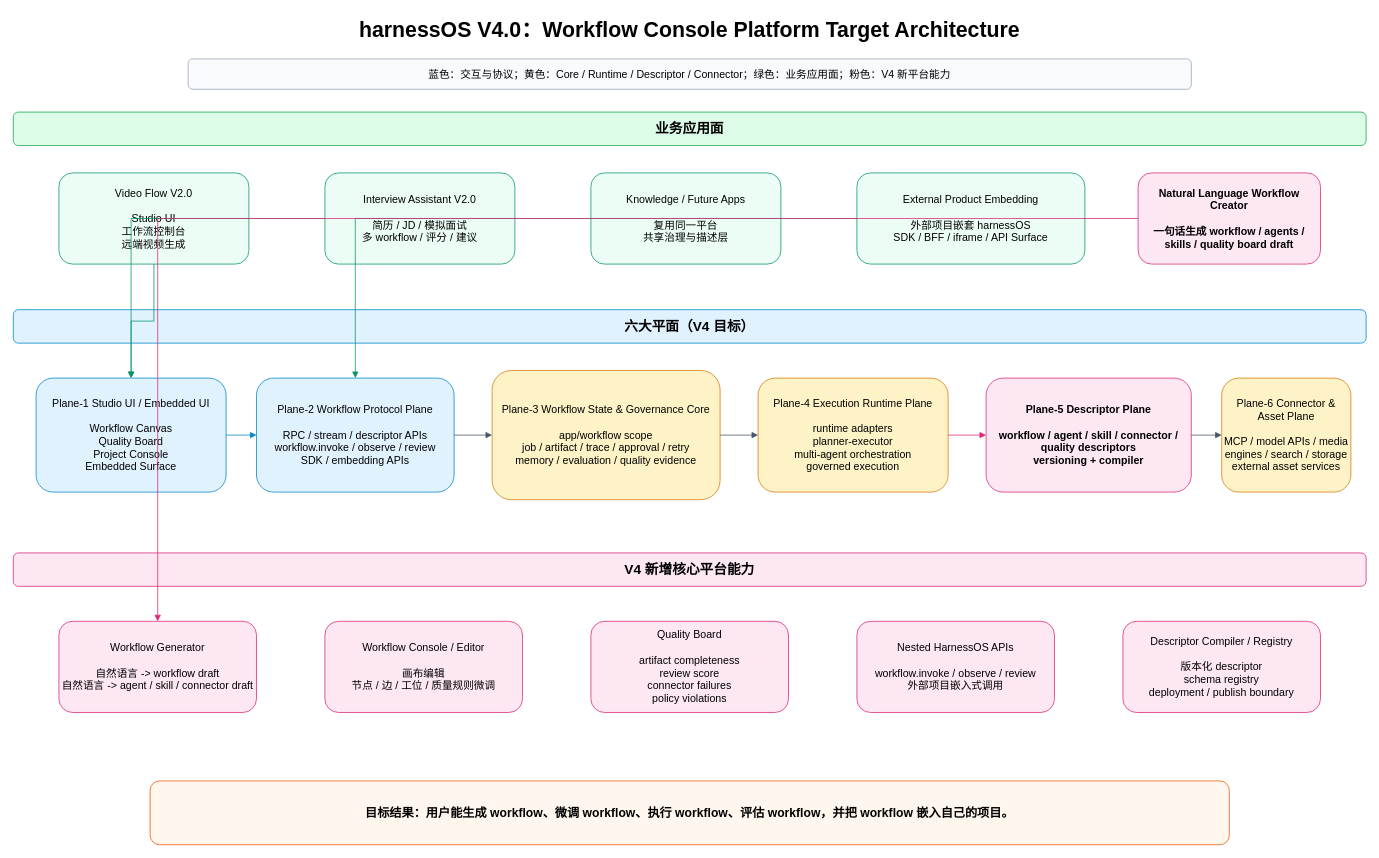
ljx418/meeting-voice-assistant keeps this draw.io diagram as harnessOS/docs/design/V4.0/v4_target_architecture_workflow_console.drawio. Above is the earlier version. Source tidied: cells renumbered, new cells numbered last; positions are measured from the earlier drawing's top-left corner, leaving out a move shared by most shapes. Both pictures are drawn from the tidied source at 76%, with x=0, y=0 at pixel (13, 13).
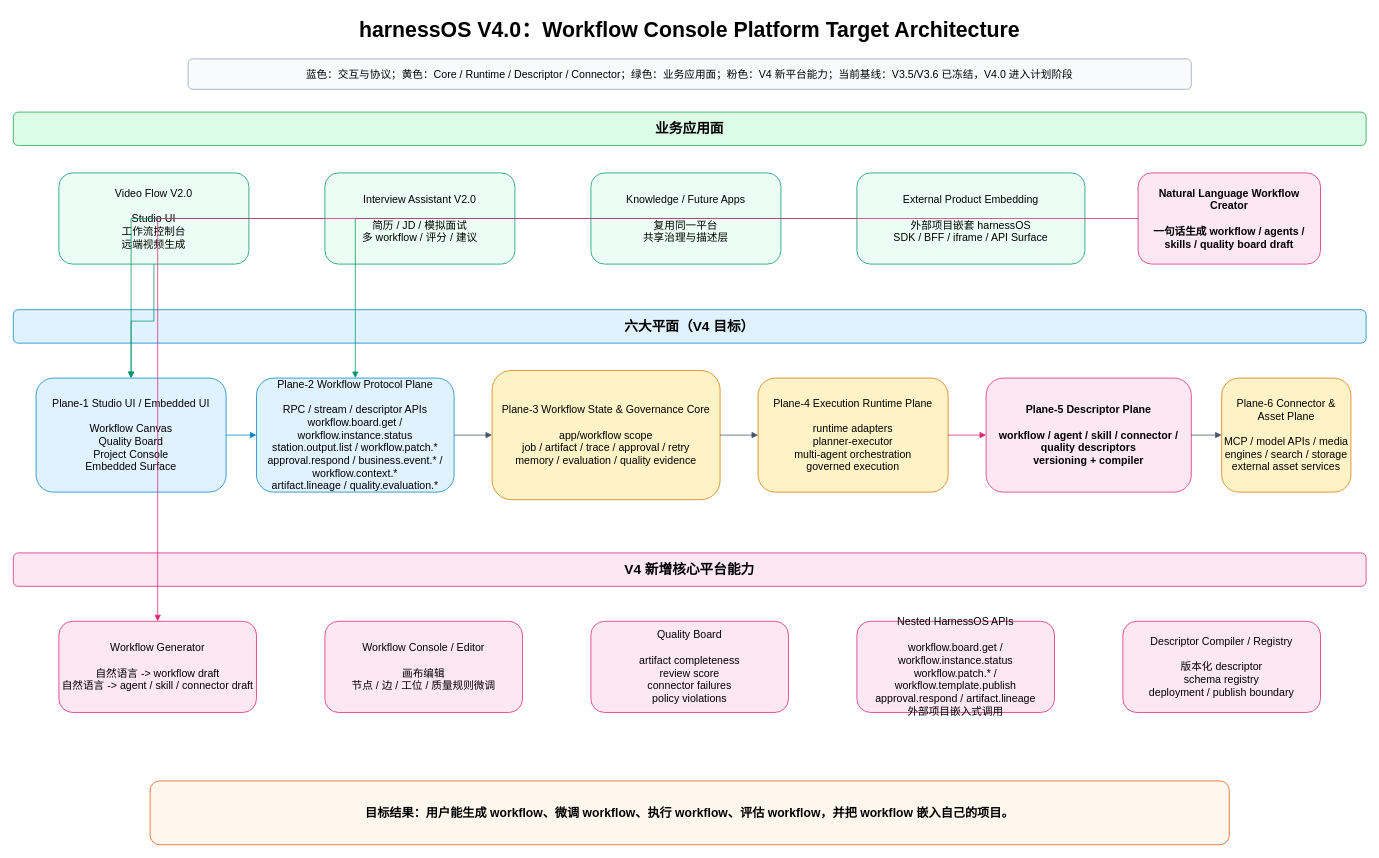
The same page after the edit.

The edit, as a diff of the source:
```diff
@@
-    <mxCell id="3" value="蓝色：交互与协议；黄色：Core / Runtime / Descriptor / Connector；绿色：业务应用面；粉色：V4 新平台能力" style="rounded=1;whiteSpace=wrap;html=1;fillColor=#F8FAFC;strokeColor=#94A3B8;fontSize=14;align=center;" parent="1" vertex="1">
+    <mxCell id="3" value="蓝色：交互与协议；黄色：Core / Runtime / Descriptor / Connector；绿色：业务应用面；粉色：V4 新平台能力；当前基线：V3.5/V3.6 已冻结，V4.0 进入计划阶段" style="rounded=1;whiteSpace=wrap;html=1;fillColor=#F8FAFC;strokeColor=#94A3B8;fontSize=14;align=center;" parent="1" vertex="1">
       <mxGeometry x="230" y="60" width="1320" height="40" as="geometry" />
     </mxCell>
@@
-    <mxCell id="12" value="Plane-2 Workflow Protocol Plane&#10;&#10;RPC / stream / descriptor APIs&#10;workflow.invoke / observe / review&#10;SDK / embedding APIs" style="rounded=1;whiteSpace=wrap;html=1;fillColor=#E0F2FE;strokeColor=#0284C7;fontSize=14;align=center;" parent="1" vertex="1">
+    <mxCell id="12" value="Plane-2 Workflow Protocol Plane&#10;&#10;RPC / stream / descriptor APIs&#10;workflow.board.get / workflow.instance.status&#10;station.output.list / workflow.patch.*&#10;approval.respond / business.event.* / workflow.context.*&#10;artifact.lineage / quality.evaluation.*" style="rounded=1;whiteSpace=wrap;html=1;fillColor=#E0F2FE;strokeColor=#0284C7;fontSize=14;align=center;" parent="1" vertex="1">
       <mxGeometry x="320" y="480" width="260" height="150" as="geometry" />
     </mxCell>
@@
-    <mxCell id="21" value="Nested HarnessOS APIs&#10;&#10;workflow.invoke / observe / review&#10;外部项目嵌入式调用" style="rounded=1;whiteSpace=wrap;html=1;fillColor=#FCE7F3;strokeColor=#DB2777;fontSize=14;align=center;" parent="1" vertex="1">
+    <mxCell id="21" value="Nested HarnessOS APIs&#10;&#10;workflow.board.get / workflow.instance.status&#10;workflow.patch.* / workflow.template.publish&#10;approval.respond / artifact.lineage&#10;外部项目嵌入式调用" style="rounded=1;whiteSpace=wrap;html=1;fillColor=#FCE7F3;strokeColor=#DB2777;fontSize=14;align=center;" parent="1" vertex="1">
       <mxGeometry x="1110" y="800" width="260" height="120" as="geometry" />
     </mxCell>
```
